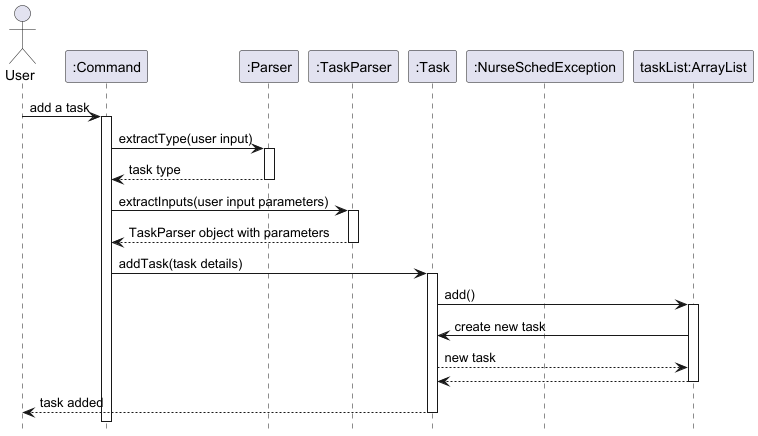
Before: docs/assets/taskImages/AddTaskSequenceDiagram.png, a diagram exported from PlantUML (AY2425S2-CS2113-T11b-3/tp). Source of this version:
```plantuml
@startuml

hide footbox
actor User
participant ":Command" as Command
participant ":Parser" as Parser
participant ":TaskParser" as TaskParser
participant ":Task" as Task
participant ":NurseSchedException" as NurseSchedException
participant "taskList:ArrayList" as taskList

User -> Command : add a task
activate Command

Command -> Parser : extractType(user input)
activate Parser
Parser --> Command : task type
deactivate Parser

Command -> TaskParser : extractInputs(user input parameters)
activate TaskParser
TaskParser --> Command : TaskParser object with parameters
deactivate TaskParser

Command-> Task : addTask(task details)
activate Task

Task -> taskList : add()
activate taskList

taskList -> Task : create new task
Task --> taskList : new task
taskList --> Task
deactivate taskList

Task --> User : task added
deactivate Task

@enduml
```
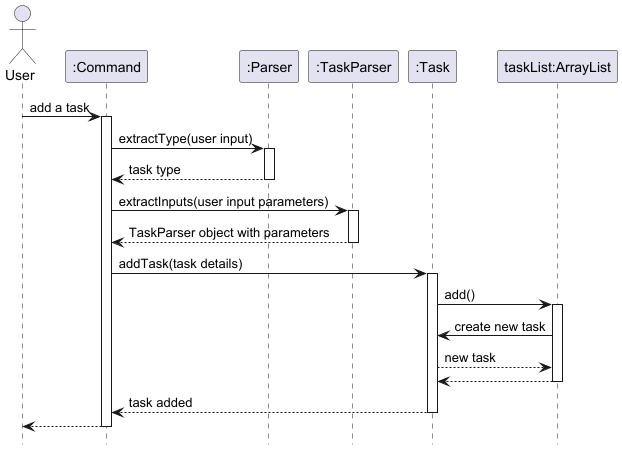
Above is the later version.

Commit message:
Update DG, add editTask sequence diagram

What changed in the source:
```diff
@@ -6,7 +6,6 @@
 participant ":Parser" as Parser
 participant ":TaskParser" as TaskParser
 participant ":Task" as Task
-participant ":NurseSchedException" as NurseSchedException
 participant "taskList:ArrayList" as taskList
 
 User -> Command : add a task
@@ -33,7 +32,10 @@
 taskList --> Task
 deactivate taskList
 
-Task --> User : task added
+Task --> Command : task added
+deactivate Task
+Command --> User
+deactivate Command
 deactivate Task
 
 @enduml
```
